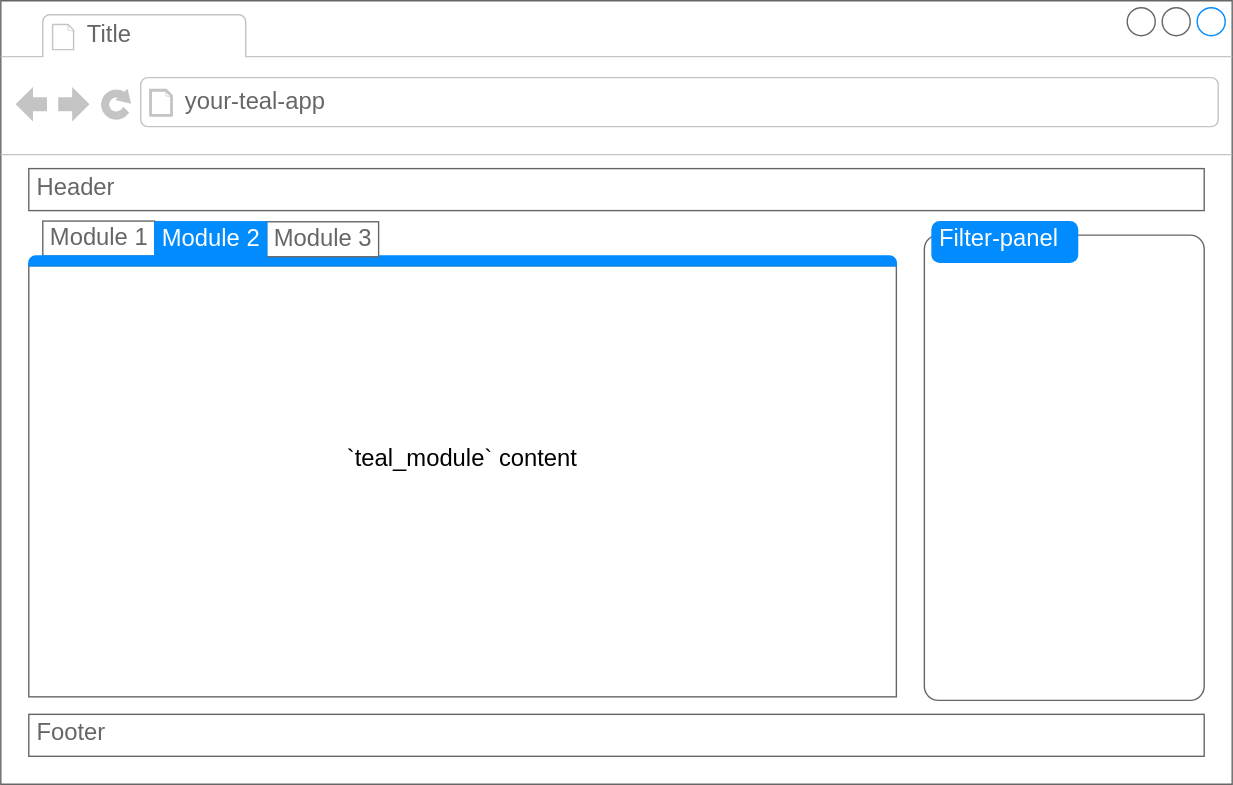
Earlier version of the draw.io export vignettes/images/teal-app-components.svg (insightsengineering/teal). Source tidied: cells renumbered, new cells last; positions are measured from the earlier drawing's top-left corner, leaving out a move shared by most shapes.
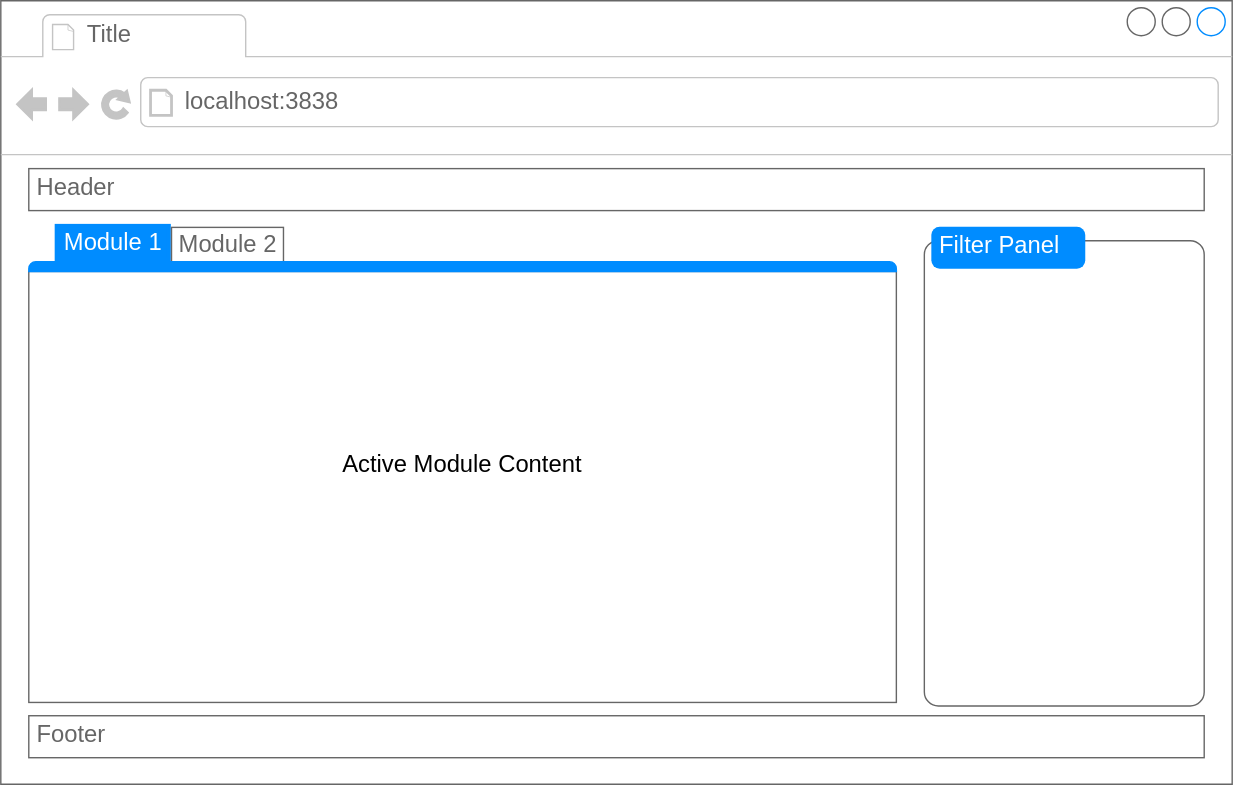
Above is the later version.

Commit message:
describe wireframe elements

What changed in the source:
```diff
@@ -8,43 +8,38 @@
     <mxCell id="3" value="Title" style="strokeWidth=1;shadow=0;dashed=0;align=center;html=1;shape=mxgraph.mockup.containers.anchor;fontSize=17;fontColor=#666666;align=left;whiteSpace=wrap;" parent="2" vertex="1">
       <mxGeometry x="60" y="12" width="110" height="26" as="geometry" />
     </mxCell>
-    <mxCell id="4" value="your-teal-app" style="strokeWidth=1;shadow=0;dashed=0;align=center;html=1;shape=mxgraph.mockup.containers.anchor;rSize=0;fontSize=17;fontColor=#666666;align=left;" parent="2" vertex="1">
+    <mxCell id="4" value="localhost:3838" style="strokeWidth=1;shadow=0;dashed=0;align=center;html=1;shape=mxgraph.mockup.containers.anchor;rSize=0;fontSize=17;fontColor=#666666;align=left;" parent="2" vertex="1">
       <mxGeometry x="130" y="60" width="250" height="26" as="geometry" />
     </mxCell>
-    <mxCell id="5" value="`teal_module` content" style="strokeWidth=1;shadow=0;dashed=0;align=center;html=1;shape=mxgraph.mockup.containers.marginRect2;rectMarginTop=32;strokeColor=#666666;gradientColor=none;whiteSpace=wrap;fontSize=17;" parent="2" vertex="1">
-      <mxGeometry x="20" y="157.5" width="620" height="340" as="geometry" />
-    </mxCell>
-    <mxCell id="6" value="Module 1" style="strokeColor=inherit;fillColor=inherit;gradientColor=inherit;strokeWidth=1;shadow=0;dashed=0;align=center;html=1;shape=mxgraph.mockup.containers.rrect;rSize=0;fontSize=17;fontColor=#666666;gradientColor=none;" parent="5" vertex="1">
-      <mxGeometry width="80" height="25" relative="1" as="geometry">
-        <mxPoint x="10" as="offset" />
-      </mxGeometry>
-    </mxCell>
-    <mxCell id="7" style="strokeWidth=1;shadow=0;dashed=0;align=center;html=1;shape=mxgraph.mockup.containers.topButton;rSize=5;strokeColor=#008cff;fillColor=#008cff;gradientColor=none;" parent="5" vertex="1">
-      <mxGeometry width="620" height="7" relative="1" as="geometry">
-        <mxPoint y="25" as="offset" />
-      </mxGeometry>
-    </mxCell>
     <mxCell id="8" style="shape=mxgraph.mockup.containers.marginRect;rectMarginTop=10;strokeColor=#666666;strokeWidth=1;dashed=0;rounded=1;arcSize=5;html=1;whiteSpace=wrap;" parent="2" vertex="1">
-      <mxGeometry x="660" y="157.5" width="200" height="342.5" as="geometry" />
+      <mxGeometry x="660" y="161.5" width="200" height="342.5" as="geometry" />
     </mxCell>
-    <mxCell id="9" value="Filter-panel" style="shape=rect;strokeColor=none;fillColor=#008cff;strokeWidth=1;dashed=0;rounded=1;arcSize=20;fontColor=#ffffff;fontSize=17;spacing=2;spacingTop=-2;align=left;spacingLeft=4;perimeter=none;html=1;whiteSpace=wrap;" parent="8" vertex="1">
-      <mxGeometry x="5" width="105" height="30" as="geometry" />
+    <mxCell id="9" value="Filter Panel" style="shape=rect;strokeColor=none;fillColor=#008cff;strokeWidth=1;dashed=0;rounded=1;arcSize=20;fontColor=#ffffff;fontSize=17;spacing=2;spacingTop=-2;align=left;spacingLeft=4;perimeter=none;html=1;whiteSpace=wrap;" parent="8" vertex="1">
+      <mxGeometry x="5" width="110" height="30" as="geometry" />
     </mxCell>
     <mxCell id="10" value="Header" style="strokeWidth=1;shadow=0;dashed=0;align=center;html=1;shape=mxgraph.mockup.text.textBox;fontColor=#666666;align=left;fontSize=17;spacingLeft=4;spacingTop=-3;whiteSpace=wrap;strokeColor=#666666;mainText=;" parent="2" vertex="1">
       <mxGeometry x="20" y="120" width="840" height="30" as="geometry" />
     </mxCell>
     <mxCell id="11" value="Footer" style="strokeWidth=1;shadow=0;dashed=0;align=center;html=1;shape=mxgraph.mockup.text.textBox;fontColor=#666666;align=left;fontSize=17;spacingLeft=4;spacingTop=-3;whiteSpace=wrap;strokeColor=#666666;mainText=;" parent="2" vertex="1">
-      <mxGeometry x="20" y="510" width="840" height="30" as="geometry" />
+      <mxGeometry x="20" y="511" width="840" height="30" as="geometry" />
     </mxCell>
-    <mxCell id="12" value="Module 3" style="strokeColor=inherit;fillColor=inherit;gradientColor=inherit;strokeWidth=1;shadow=0;dashed=0;align=center;html=1;shape=mxgraph.mockup.containers.rrect;rSize=0;fontSize=17;fontColor=#666666;gradientColor=none;" parent="2" vertex="1">
-      <mxGeometry width="80" height="25" relative="1" as="geometry">
-        <mxPoint x="190" y="158" as="offset" />
-      </mxGeometry>
-    </mxCell>
-    <mxCell id="13" value="&lt;font style=&quot;font-size: 17px;&quot;&gt;Module&lt;/font&gt; 2" style="strokeWidth=1;shadow=0;dashed=0;align=center;html=1;shape=mxgraph.mockup.containers.rrect;rSize=0;fontSize=17;fontColor=#ffffff;strokeColor=#008cff;fillColor=#008cff;" parent="2" vertex="1">
+    <mxCell id="13" value="&lt;font style=&quot;font-size: 17px;&quot;&gt;Module&lt;/font&gt; 1" style="strokeWidth=3;shadow=0;dashed=0;align=center;html=1;shape=mxgraph.mockup.containers.rrect;rSize=0;fontSize=17;fontColor=#ffffff;strokeColor=#008cff;fillColor=#008cff;fontStyle=0;" parent="2" vertex="1">
       <mxGeometry width="80" height="25" relative="1" as="geometry">
-        <mxPoint x="110" y="158" as="offset" />
+        <mxPoint x="40" y="161" as="offset" />
       </mxGeometry>
     </mxCell>
+    <mxCell id="6" value="Module 2" style="strokeColor=inherit;fillColor=inherit;gradientColor=inherit;strokeWidth=1;shadow=0;dashed=0;align=center;html=1;shape=mxgraph.mockup.containers.rrect;rSize=0;fontSize=17;fontColor=#666666;gradientColor=none;" parent="2" vertex="1">
+      <mxGeometry width="80" height="25" relative="1" as="geometry">
+        <mxPoint x="122" y="162" as="offset" />
+      </mxGeometry>
+    </mxCell>
+    <mxCell id="5" value="Active Module Content" style="strokeWidth=1;shadow=0;dashed=0;align=center;html=1;shape=mxgraph.mockup.containers.marginRect2;rectMarginTop=32;strokeColor=#666666;gradientColor=none;whiteSpace=wrap;fontSize=17;" parent="2" vertex="1">
+      <mxGeometry x="20" y="161.5" width="620" height="340" as="geometry" />
+    </mxCell>
+    <mxCell id="7" style="strokeWidth=1;shadow=0;dashed=0;align=center;html=1;shape=mxgraph.mockup.containers.topButton;rSize=5;strokeColor=#008cff;fillColor=#008cff;gradientColor=none;" parent="5" vertex="1">
+      <mxGeometry width="620" height="7" relative="1" as="geometry">
+        <mxPoint y="25" as="offset" />
+      </mxGeometry>
+    </mxCell>
   </root>
 </mxGraphModel>
```
